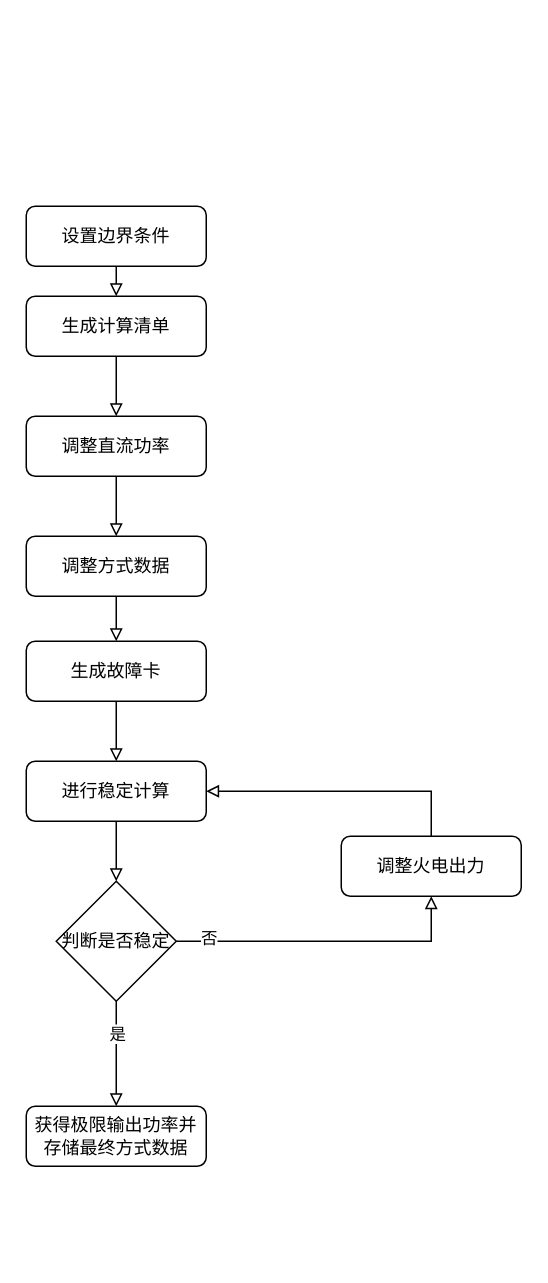
Before: 未命名绘图.drawio in Ailcever/Python, a draw.io diagram. Source tidied: cells renumbered, new cells numbered last; positions are measured from the earlier drawing's top-left corner, leaving out a move shared by most shapes. Both pictures are drawn from the tidied source at 150%, with x=0, y=0 at pixel (26, 206).
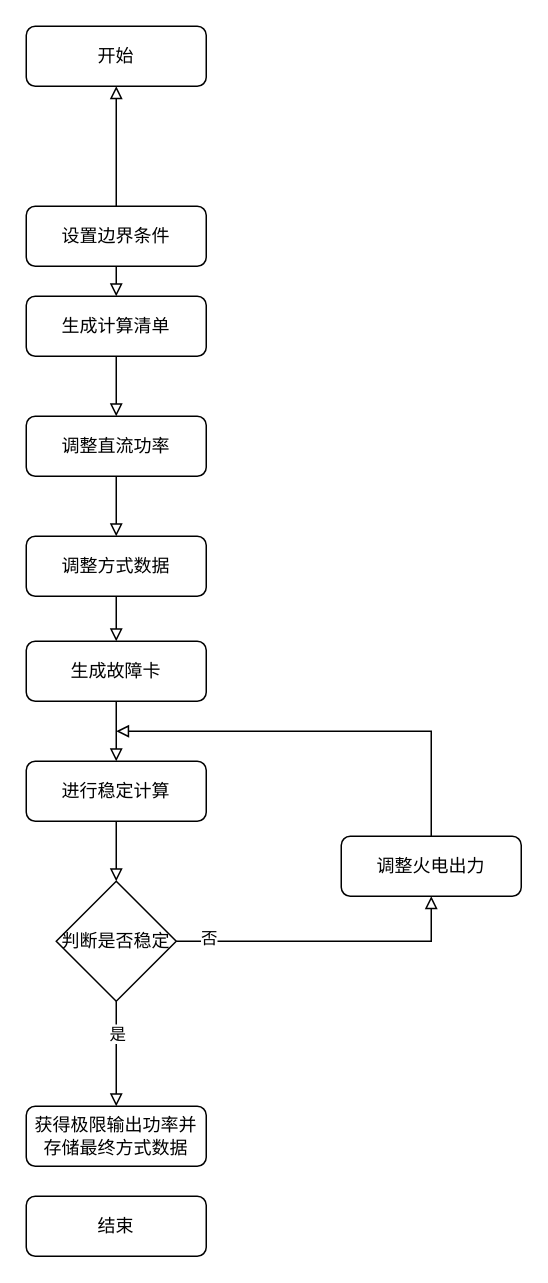
The same diagram, later.

Commit message:
更新未命名绘图.drawio

The change refers to these unchanged cells:
```xml
<mxCell id="5" value="设置边界条件" style="rounded=1;whiteSpace=wrap;html=1;fontSize=12;glass=0;strokeWidth=1;shadow=0;" parent="1" vertex="1">
  <mxGeometry width="120" height="40" as="geometry" />
</mxCell>
<mxCell id="16" value="调整火电出力" style="rounded=1;whiteSpace=wrap;html=1;fontSize=12;glass=0;strokeWidth=1;shadow=0;" parent="1" vertex="1">
  <mxGeometry x="210" y="420" width="120" height="40" as="geometry" />
</mxCell>
<mxCell id="20" value="进行稳定计算" style="rounded=1;whiteSpace=wrap;html=1;fontSize=12;glass=0;strokeWidth=1;shadow=0;" parent="1" vertex="1">
  <mxGeometry y="370" width="120" height="40" as="geometry" />
</mxCell>
```

What changed in the source:
```diff
@@
+    <mxCell id="22" style="edgeStyle=orthogonalEdgeStyle;rounded=0;jettySize=auto;html=1;endArrow=block;endFill=0;" parent="1" edge="1" source="5" target="24">
+      <mxGeometry relative="1" as="geometry" />
+    </mxCell>
@@
-    <mxCell id="15" style="edgeStyle=orthogonalEdgeStyle;rounded=0;jettySize=auto;html=1;endArrow=block;endFill=0;entryX=1;entryY=0.5;entryDx=0;entryDy=0;exitX=0.5;exitY=0;exitDx=0;exitDy=0;" parent="1" edge="1" source="16" target="20">
+    <mxCell id="15" style="edgeStyle=orthogonalEdgeStyle;rounded=0;jettySize=auto;html=1;endArrow=block;endFill=0;exitX=0.5;exitY=0;exitDx=0;exitDy=0;" parent="1" edge="1" source="16">
       <mxGeometry relative="1" as="geometry">
+        <mxPoint x="60" y="350" as="targetPoint" />
         <Array as="points">
-          <mxPoint x="270" y="390" />
+          <mxPoint x="270" y="350" />
         </Array>
       </mxGeometry>
     </mxCell>
@@
+    <mxCell id="23" value="结束" style="rounded=1;whiteSpace=wrap;html=1;fontSize=12;glass=0;strokeWidth=1;shadow=0;" parent="1" vertex="1">
+      <mxGeometry y="660" width="120" height="40" as="geometry" />
+    </mxCell>
+    <mxCell id="24" value="开始" style="rounded=1;whiteSpace=wrap;html=1;fontSize=12;glass=0;strokeWidth=1;shadow=0;" parent="1" vertex="1">
+      <mxGeometry y="-120" width="120" height="40" as="geometry" />
+    </mxCell>
```
